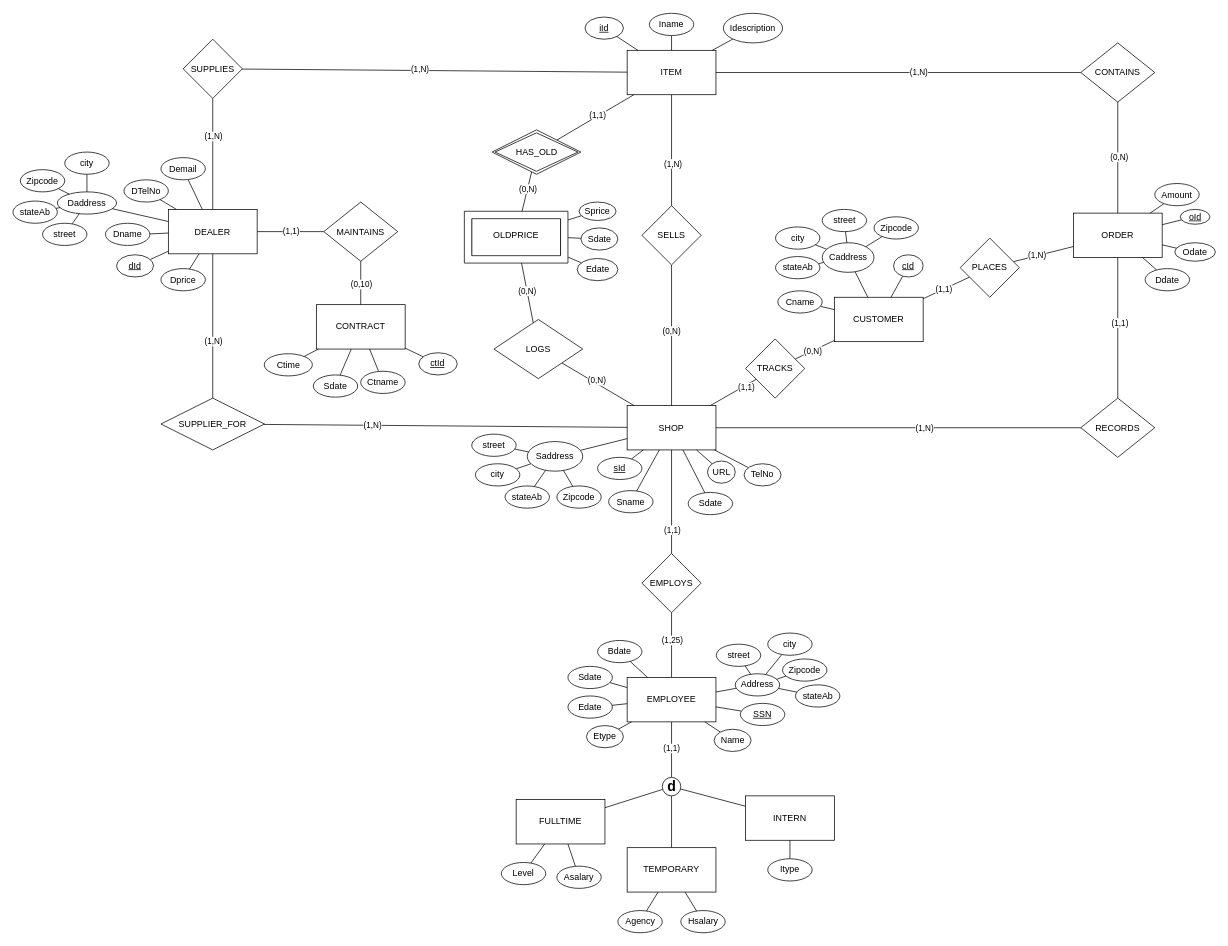
Earlier version of the draw.io diagram EER_Diagram.drawio (n1ck007/cse3330_project). Source tidied: cells renumbered, new cells numbered last; positions are measured from the earlier drawing's top-left corner, leaving out a move shared by most shapes. Both pictures are drawn from the tidied source at 74%, with x=0, y=0 at pixel (13, 13).
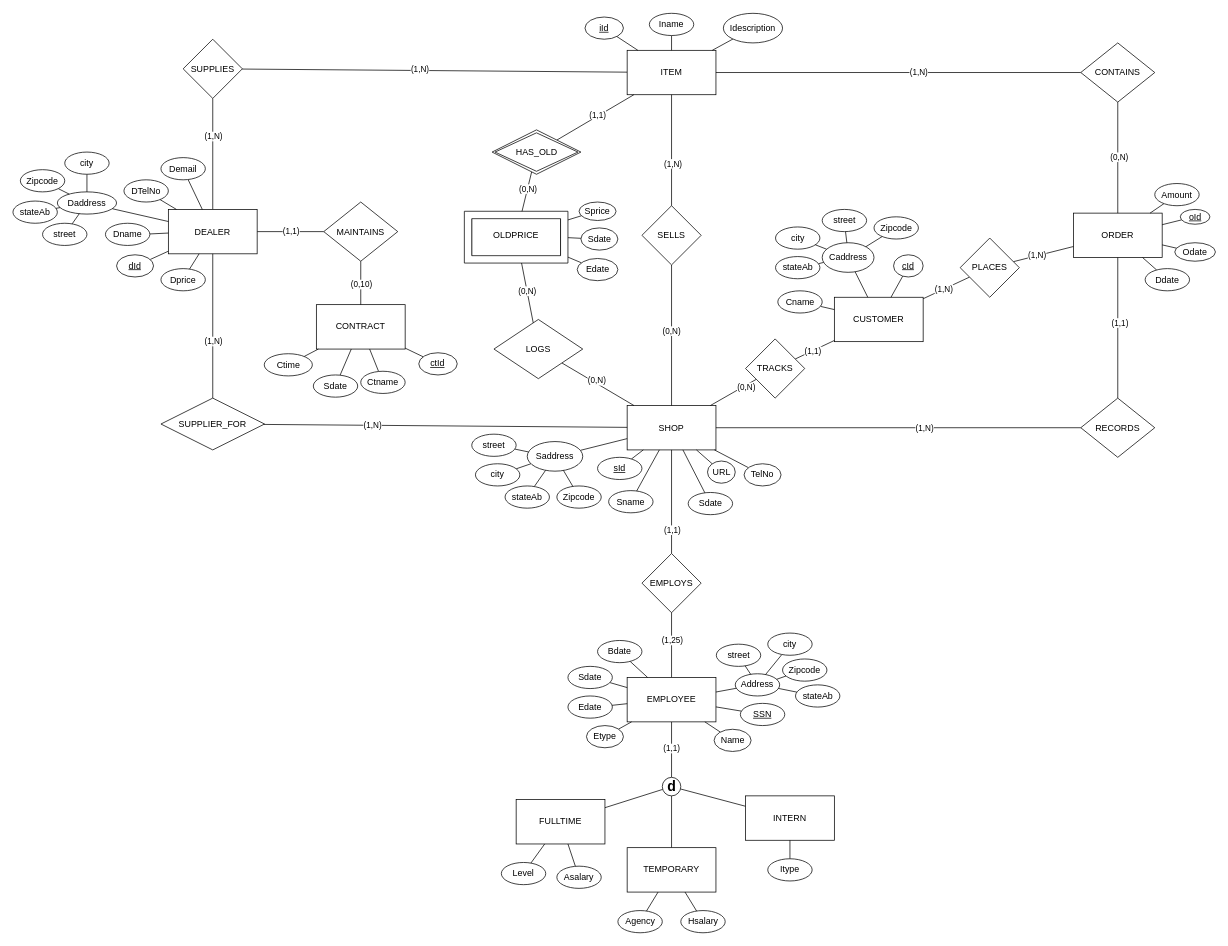
The same page after the edit.

The change refers to these unchanged cells:
```xml
<mxCell id="58" style="rounded=0;jettySize=auto;html=1;endArrow=none;endFill=0;" parent="1" edge="1" source="62" target="57">
  <mxGeometry relative="1" as="geometry" />
</mxCell>
<mxCell id="63" style="rounded=0;jettySize=auto;html=1;endArrow=none;endFill=0;" parent="1" edge="1" source="67" target="2">
  <mxGeometry relative="1" as="geometry" />
</mxCell>
<mxCell id="65" style="rounded=0;jettySize=auto;html=1;endArrow=none;endFill=0;" parent="1" edge="1" source="67" target="57">
  <mxGeometry relative="1" as="geometry" />
</mxCell>
```

Change to the diagram source:
```diff
@@
-    <mxCell id="59" value="(1,1)" style="edgeLabel;html=1;align=center;verticalAlign=middle;" parent="58" vertex="1">
+    <mxCell id="59" value="(1,N)" style="edgeLabel;html=1;align=center;verticalAlign=middle;" parent="58" vertex="1">
       <mxGeometry x="0.1" y="-1" relative="1" as="geometry" />
     </mxCell>
@@
-    <mxCell id="64" value="(1,1)" style="edgeLabel;html=1;align=center;verticalAlign=middle;" parent="63" vertex="1">
+    <mxCell id="64" value="(0,N)" style="edgeLabel;html=1;align=center;verticalAlign=middle;" parent="63" vertex="1">
       <mxGeometry x="-0.48" y="2" relative="1" as="geometry">
         <mxPoint x="1" y="-1" as="offset" />
       </mxGeometry>
     </mxCell>
@@
-    <mxCell id="66" value="(0,N)" style="edgeLabel;html=1;align=center;verticalAlign=middle;" parent="65" vertex="1">
+    <mxCell id="66" value="(1,1)" style="edgeLabel;html=1;align=center;verticalAlign=middle;" parent="65" vertex="1">
       <mxGeometry x="-0.15" y="-1" relative="1" as="geometry">
         <mxPoint y="-1" as="offset" />
       </mxGeometry>
     </mxCell>
```
